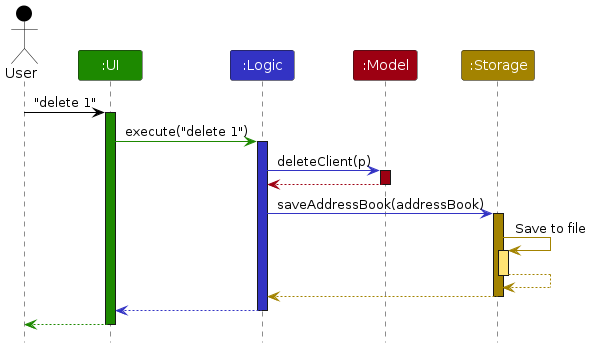
Above: diagrams/ArchitectureSequenceDiagram.png in AY2627S1-CS2103T-T14-4/tp (PlantUML), before the change. Its source is kept beside it as diagrams/ArchitectureSequenceDiagram.puml. Source of this version:
```plantuml
@startuml
!include style.puml
skinparam ArrowFontStyle plain

Actor User as user USER_COLOR
Participant ":UI" as ui UI_COLOR
Participant ":Logic" as logic LOGIC_COLOR
Participant ":Model" as model MODEL_COLOR
Participant ":Storage" as storage STORAGE_COLOR

user -[USER_COLOR]> ui : "delete 1"
activate ui UI_COLOR

ui -[UI_COLOR]> logic : execute("delete 1")
activate logic LOGIC_COLOR

logic -[LOGIC_COLOR]> model : deleteClient(p)
activate model MODEL_COLOR

model -[MODEL_COLOR]-> logic
deactivate model

logic -[LOGIC_COLOR]> storage : saveAddressBook(addressBook)
activate storage STORAGE_COLOR

storage -[STORAGE_COLOR]> storage : Save to file
activate storage STORAGE_COLOR_T1
storage --[STORAGE_COLOR]> storage
deactivate storage

storage --[STORAGE_COLOR]> logic
deactivate storage

logic --[LOGIC_COLOR]> ui
deactivate logic

ui--[UI_COLOR]> user
deactivate ui
@enduml
```
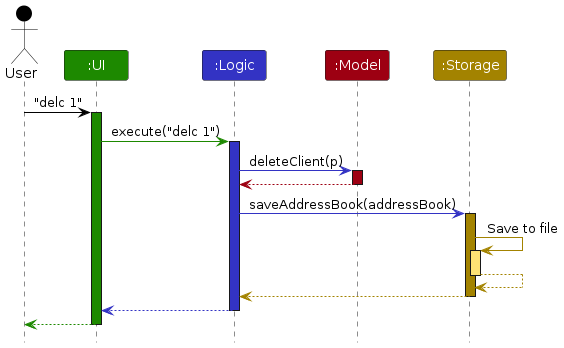
After the commit.

What changed in the source:
```diff
@@ -8,10 +8,10 @@
 Participant ":Model" as model MODEL_COLOR
 Participant ":Storage" as storage STORAGE_COLOR
 
-user -[USER_COLOR]> ui : "delete 1"
+user -[USER_COLOR]> ui : "delc 1"
 activate ui UI_COLOR
 
-ui -[UI_COLOR]> logic : execute("delete 1")
+ui -[UI_COLOR]> logic : execute("delc 1")
 activate logic LOGIC_COLOR
 
 logic -[LOGIC_COLOR]> model : deleteClient(p)
```
